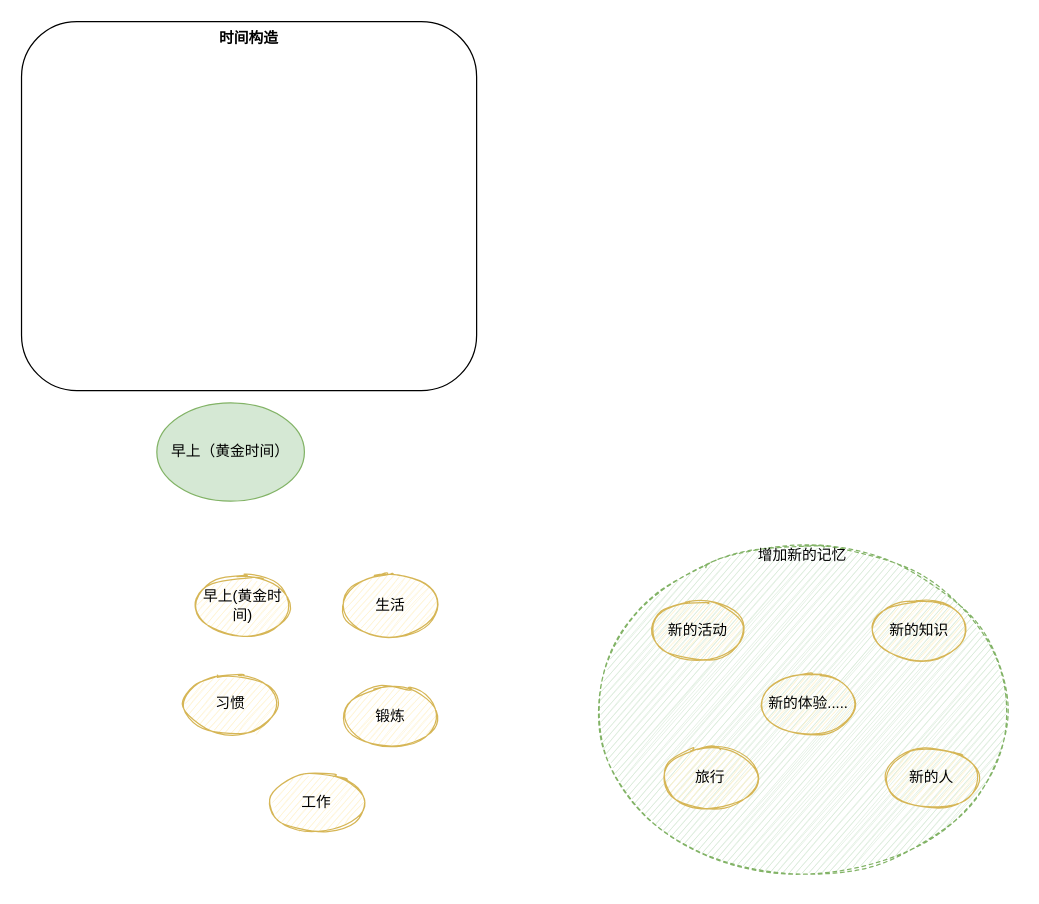
Before: page "时间构造" (2 of 2) of diagrams/未命名绘图.drawio in dengyulong/PublicStore, a draw.io diagram. Source tidied: cells renumbered, new cells numbered last; positions are measured from the earlier drawing's top-left corner, leaving out a move shared by most shapes. Both pictures are drawn from the tidied source at 123%, with x=0, y=0 at pixel (21, 21).
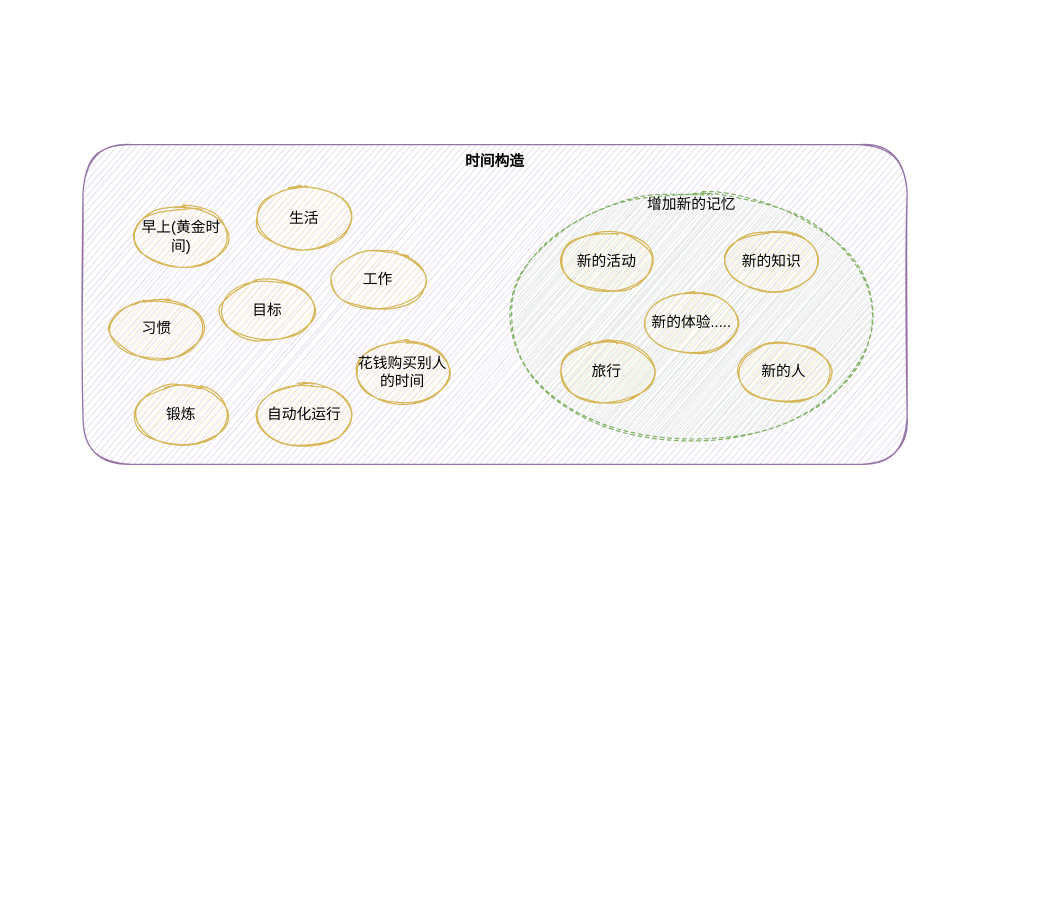
The same page after the edit.

Commit message:
更新未命名绘图.drawio

Change to the diagram source:
```diff
@@
 <mxGraphModel>
   <root>
     <mxCell id="0" />
     <mxCell id="1" parent="0" />
-    <mxCell id="2" value="早上（黄金时间）" style="ellipse;whiteSpace=wrap;html=1;fillColor=#d5e8d4;strokeColor=#82b366;" parent="1" vertex="1">
-      <mxGeometry x="110" y="310" width="120" height="80" as="geometry" />
-    </mxCell>
-    <mxCell id="3" value="&lt;b&gt;时间构造&lt;/b&gt;" style="rounded=1;whiteSpace=wrap;html=1;align=center;verticalAlign=top;" parent="1" vertex="1">
-      <mxGeometry width="370" height="300" as="geometry" />
+    <mxCell id="3" value="&lt;b&gt;时间构造&lt;/b&gt;" style="rounded=1;whiteSpace=wrap;html=1;align=center;verticalAlign=top;sketch=1;fillColor=#e1d5e7;strokeColor=#9673a6;glass=0;" parent="1" vertex="1">
+      <mxGeometry x="50" y="100" width="670" height="260" as="geometry" />
     </mxCell>
     <mxCell id="4" value="增加新的记忆" style="ellipse;whiteSpace=wrap;html=1;verticalAlign=top;shadow=0;sketch=1;fillColor=#d5e8d4;strokeColor=#82b366;dashed=1;" parent="1" vertex="1">
-      <mxGeometry x="460" y="420" width="350" height="280" as="geometry" />
+      <mxGeometry x="390" y="135" width="310" height="210" as="geometry" />
     </mxCell>
     <mxCell id="5" value="新的活动" style="ellipse;whiteSpace=wrap;html=1;fillColor=#fff2cc;strokeColor=#d6b656;sketch=1;" parent="1" vertex="1">
-      <mxGeometry x="510" y="470" width="80" height="50" as="geometry" />
+      <mxGeometry x="436" y="170" width="80" height="50" as="geometry" />
     </mxCell>
     <mxCell id="6" value="新的人" style="ellipse;whiteSpace=wrap;html=1;fillColor=#fff2cc;strokeColor=#d6b656;sketch=1;" parent="1" vertex="1">
-      <mxGeometry x="700" y="590" width="80" height="50" as="geometry" />
+      <mxGeometry x="580" y="260" width="80" height="50" as="geometry" />
     </mxCell>
     <mxCell id="7" value="新的知识" style="ellipse;whiteSpace=wrap;html=1;fillColor=#fff2cc;strokeColor=#d6b656;sketch=1;" parent="1" vertex="1">
-      <mxGeometry x="690" y="470" width="80" height="50" as="geometry" />
+      <mxGeometry x="570" y="170" width="80" height="50" as="geometry" />
     </mxCell>
     <mxCell id="8" value="新的体验....." style="ellipse;whiteSpace=wrap;html=1;fillColor=#fff2cc;strokeColor=#d6b656;sketch=1;shadow=0;" parent="1" vertex="1">
-      <mxGeometry x="600" y="530" width="80" height="50" as="geometry" />
+      <mxGeometry x="505" y="220" width="80" height="50" as="geometry" />
     </mxCell>
     <mxCell id="9" value="旅行" style="ellipse;whiteSpace=wrap;html=1;fillColor=#fff2cc;strokeColor=#d6b656;sketch=1;" parent="1" vertex="1">
-      <mxGeometry x="520" y="590" width="80" height="50" as="geometry" />
+      <mxGeometry x="436" y="260" width="80" height="50" as="geometry" />
     </mxCell>
     <mxCell id="10" value="生活" style="ellipse;whiteSpace=wrap;html=1;fillColor=#fff2cc;strokeColor=#d6b656;sketch=1;" parent="1" vertex="1">
-      <mxGeometry x="260" y="450" width="80" height="50" as="geometry" />
+      <mxGeometry x="190" y="135" width="80" height="50" as="geometry" />
     </mxCell>
     <mxCell id="11" value="工作" style="ellipse;whiteSpace=wrap;html=1;fillColor=#fff2cc;strokeColor=#d6b656;sketch=1;" parent="1" vertex="1">
-      <mxGeometry x="200" y="610" width="80" height="50" as="geometry" />
+      <mxGeometry x="250" y="185" width="80" height="50" as="geometry" />
     </mxCell>
     <mxCell id="12" value="习惯" style="ellipse;whiteSpace=wrap;html=1;fillColor=#fff2cc;strokeColor=#d6b656;sketch=1;" parent="1" vertex="1">
-      <mxGeometry x="130" y="530" width="80" height="50" as="geometry" />
+      <mxGeometry x="70" y="225" width="80" height="50" as="geometry" />
     </mxCell>
     <mxCell id="13" value="早上(黄金时间)" style="ellipse;whiteSpace=wrap;html=1;fillColor=#fff2cc;strokeColor=#d6b656;sketch=1;" parent="1" vertex="1">
-      <mxGeometry x="140" y="450" width="80" height="50" as="geometry" />
+      <mxGeometry x="90" y="150" width="80" height="50" as="geometry" />
     </mxCell>
     <mxCell id="14" value="锻炼" style="ellipse;whiteSpace=wrap;html=1;fillColor=#fff2cc;strokeColor=#d6b656;sketch=1;" parent="1" vertex="1">
-      <mxGeometry x="260" y="540" width="80" height="50" as="geometry" />
+      <mxGeometry x="90" y="295" width="80" height="50" as="geometry" />
     </mxCell>
+    <mxCell id="15" value="目标" style="ellipse;whiteSpace=wrap;html=1;fillColor=#fff2cc;strokeColor=#d6b656;sketch=1;" parent="1" vertex="1">
+      <mxGeometry x="160" y="210" width="80" height="50" as="geometry" />
+    </mxCell>
+    <mxCell id="16" value="花钱购买别人的时间" style="ellipse;whiteSpace=wrap;html=1;fillColor=#fff2cc;strokeColor=#d6b656;sketch=1;" parent="1" vertex="1">
+      <mxGeometry x="270" y="260" width="80" height="50" as="geometry" />
+    </mxCell>
+    <mxCell id="17" value="自动化运行" style="ellipse;whiteSpace=wrap;html=1;fillColor=#fff2cc;strokeColor=#d6b656;sketch=1;" parent="1" vertex="1">
+      <mxGeometry x="190" y="295" width="80" height="50" as="geometry" />
+    </mxCell>
   </root>
 </mxGraphModel>
```
